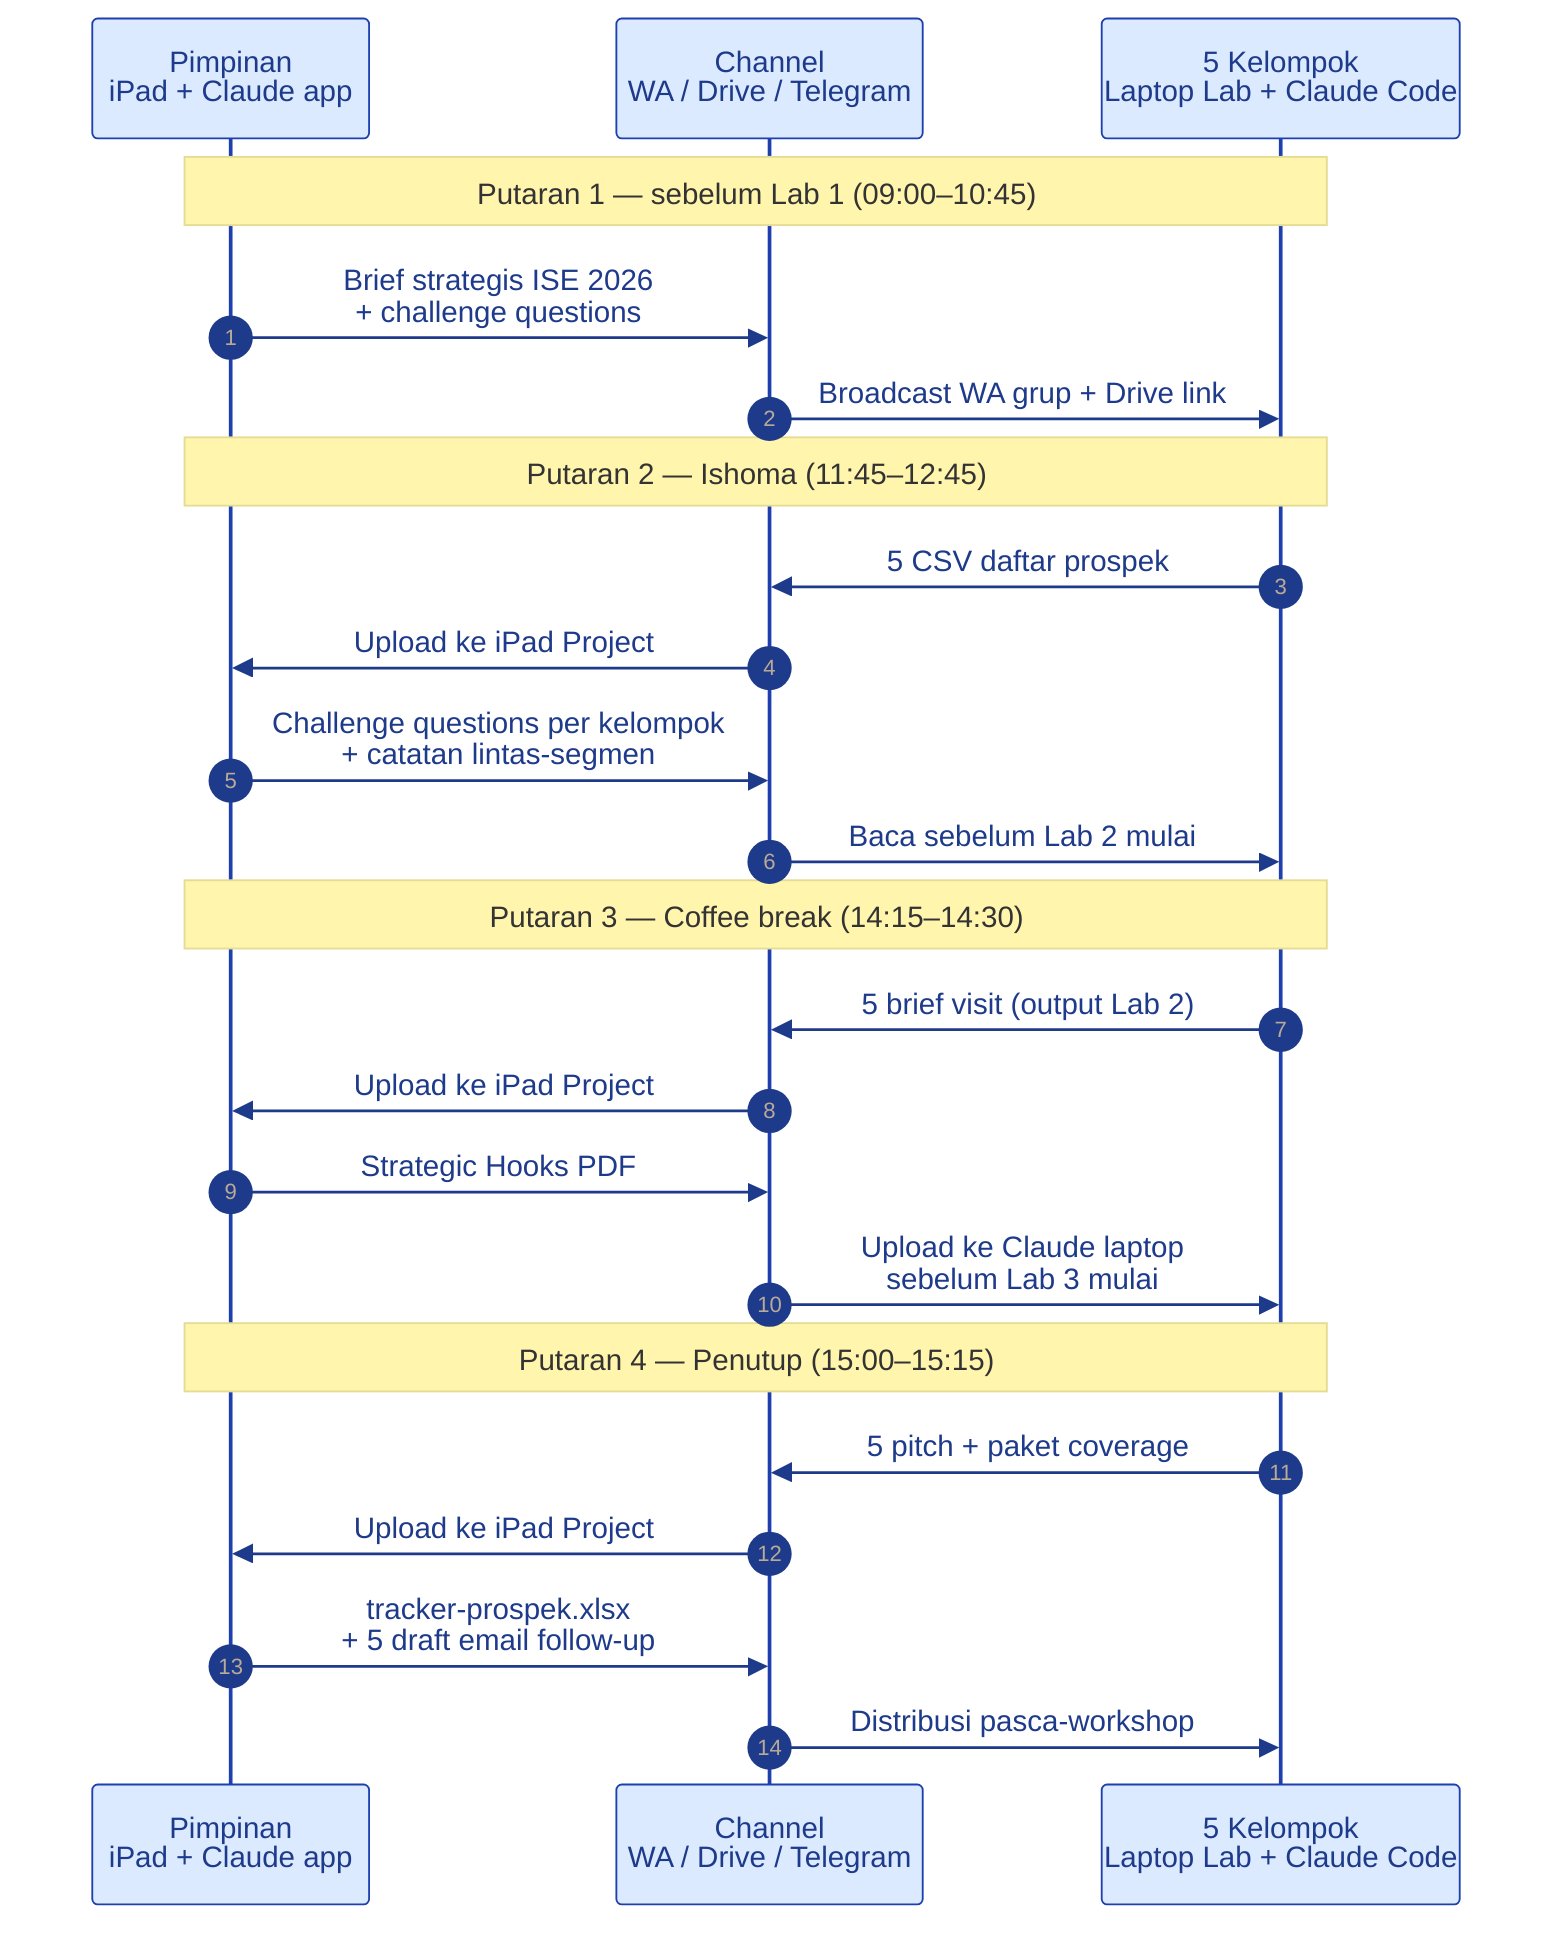
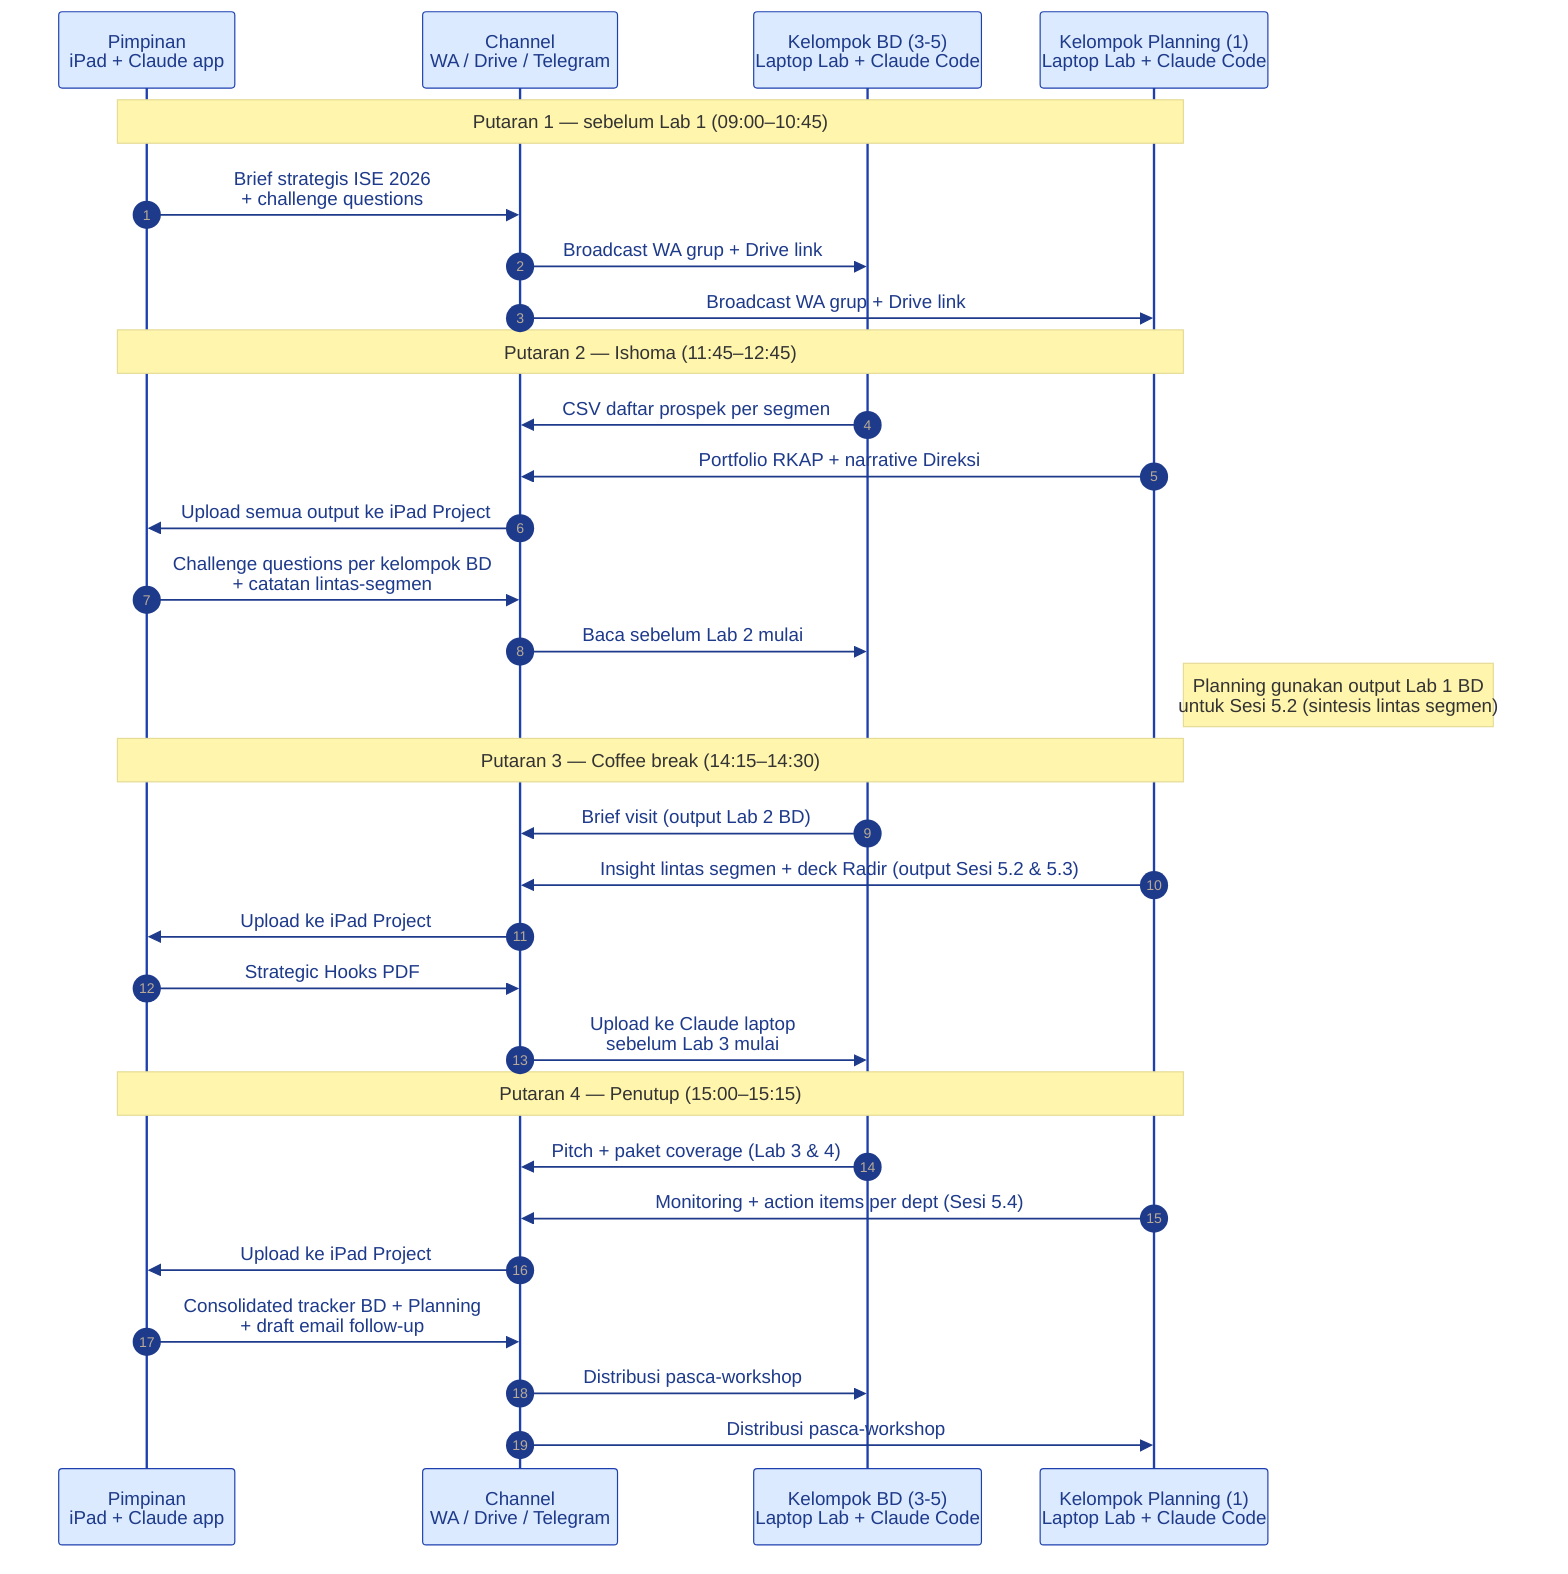
---
config:
  theme: base
  themeVariables:
    primaryColor: "#dbeafe"
    primaryTextColor: "#1e3a8a"
    primaryBorderColor: "#1e40af"
    lineColor: "#475569"
    fontSize: "13px"
---
sequenceDiagram
    autonumber
    participant B as Pimpinan<br/>iPad + Claude app
    participant CH as Channel<br/>WA / Drive / Telegram
-     participant K as 5 Kelompok<br/>Laptop Lab + Claude Code
+     participant K as Kelompok BD (3-5)<br/>Laptop Lab + Claude Code
+     participant P as Kelompok Planning (1)<br/>Laptop Lab + Claude Code

-     Note over B,K: Putaran 1 — sebelum Lab 1 (09:00–10:45)
+     Note over B,P: Putaran 1 — sebelum Lab 1 (09:00–10:45)
    B->>CH: Brief strategis ISE 2026<br/>+ challenge questions
    CH->>K: Broadcast WA grup + Drive link
+     CH->>P: Broadcast WA grup + Drive link

-     Note over B,K: Putaran 2 — Ishoma (11:45–12:45)
-     K->>CH: 5 CSV daftar prospek
-     CH->>B: Upload ke iPad Project
-     B->>CH: Challenge questions per kelompok<br/>+ catatan lintas-segmen
+     Note over B,P: Putaran 2 — Ishoma (11:45–12:45)
+     K->>CH: CSV daftar prospek per segmen
+     P->>CH: Portfolio RKAP + narrative Direksi
+     CH->>B: Upload semua output ke iPad Project
+     B->>CH: Challenge questions per kelompok BD<br/>+ catatan lintas-segmen
    CH->>K: Baca sebelum Lab 2 mulai
+     Note right of P: Planning gunakan output Lab 1 BD<br/>untuk Sesi 5.2 (sintesis lintas segmen)

-     Note over B,K: Putaran 3 — Coffee break (14:15–14:30)
-     K->>CH: 5 brief visit (output Lab 2)
+     Note over B,P: Putaran 3 — Coffee break (14:15–14:30)
+     K->>CH: Brief visit (output Lab 2 BD)
+     P->>CH: Insight lintas segmen + deck Radir (output Sesi 5.2 & 5.3)
    CH->>B: Upload ke iPad Project
    B->>CH: Strategic Hooks PDF
    CH->>K: Upload ke Claude laptop<br/>sebelum Lab 3 mulai

-     Note over B,K: Putaran 4 — Penutup (15:00–15:15)
-     K->>CH: 5 pitch + paket coverage
+     Note over B,P: Putaran 4 — Penutup (15:00–15:15)
+     K->>CH: Pitch + paket coverage (Lab 3 & 4)
+     P->>CH: Monitoring + action items per dept (Sesi 5.4)
    CH->>B: Upload ke iPad Project
-     B->>CH: tracker-prospek.xlsx<br/>+ 5 draft email follow-up
+     B->>CH: Consolidated tracker BD + Planning<br/>+ draft email follow-up
    CH->>K: Distribusi pasca-workshop
+     CH->>P: Distribusi pasca-workshop
